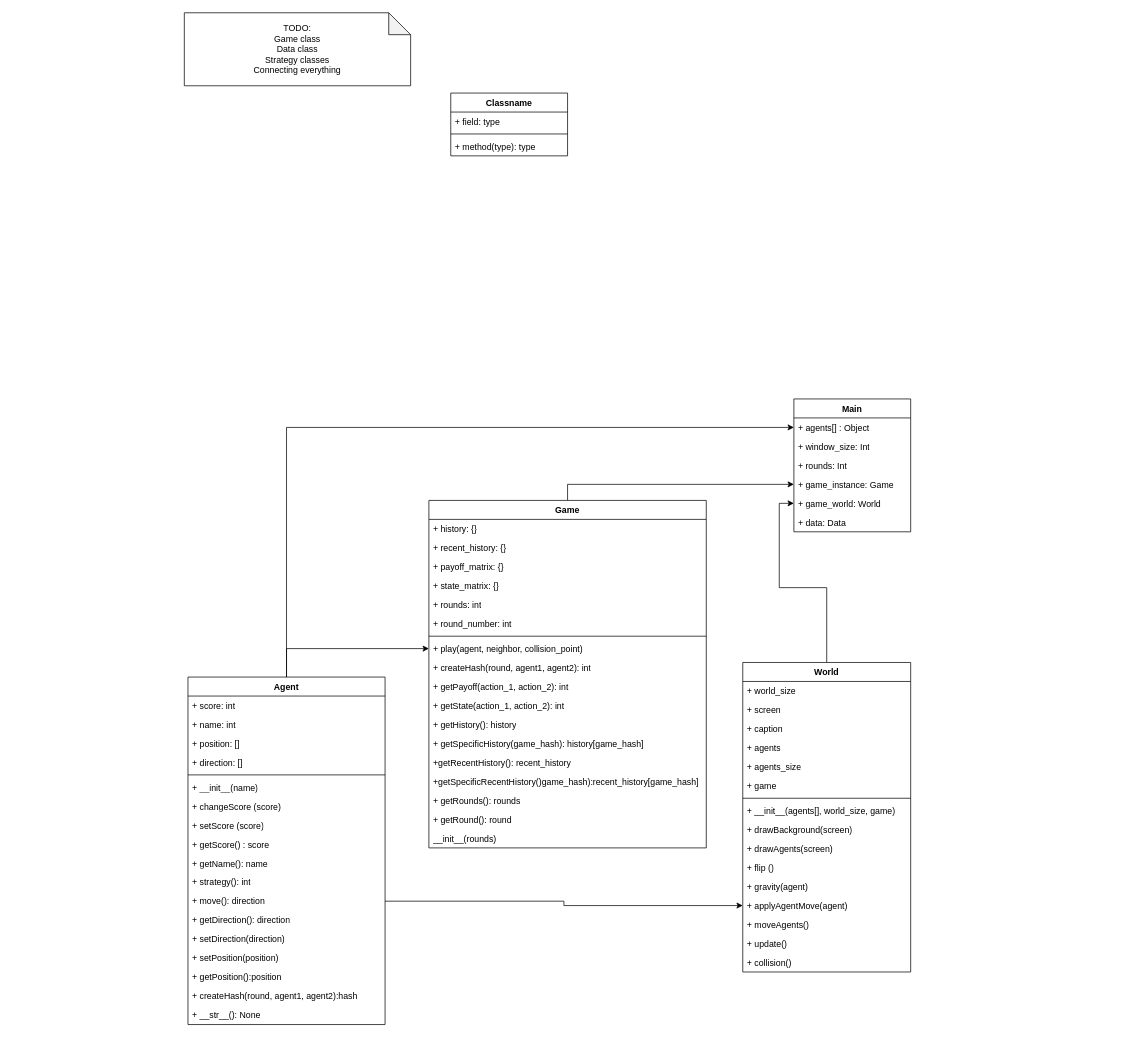
Boland-Unfug/Thesis-python keeps this draw.io diagram as Prototype Class Diagram.drawio. Above is the earlier version. Source tidied: cells renumbered, new cells numbered last; positions are measured from the earlier drawing's top-left corner, leaving out a move shared by most shapes. Both pictures are drawn from the tidied source at 73%, with x=0, y=0 at pixel (184, 12).
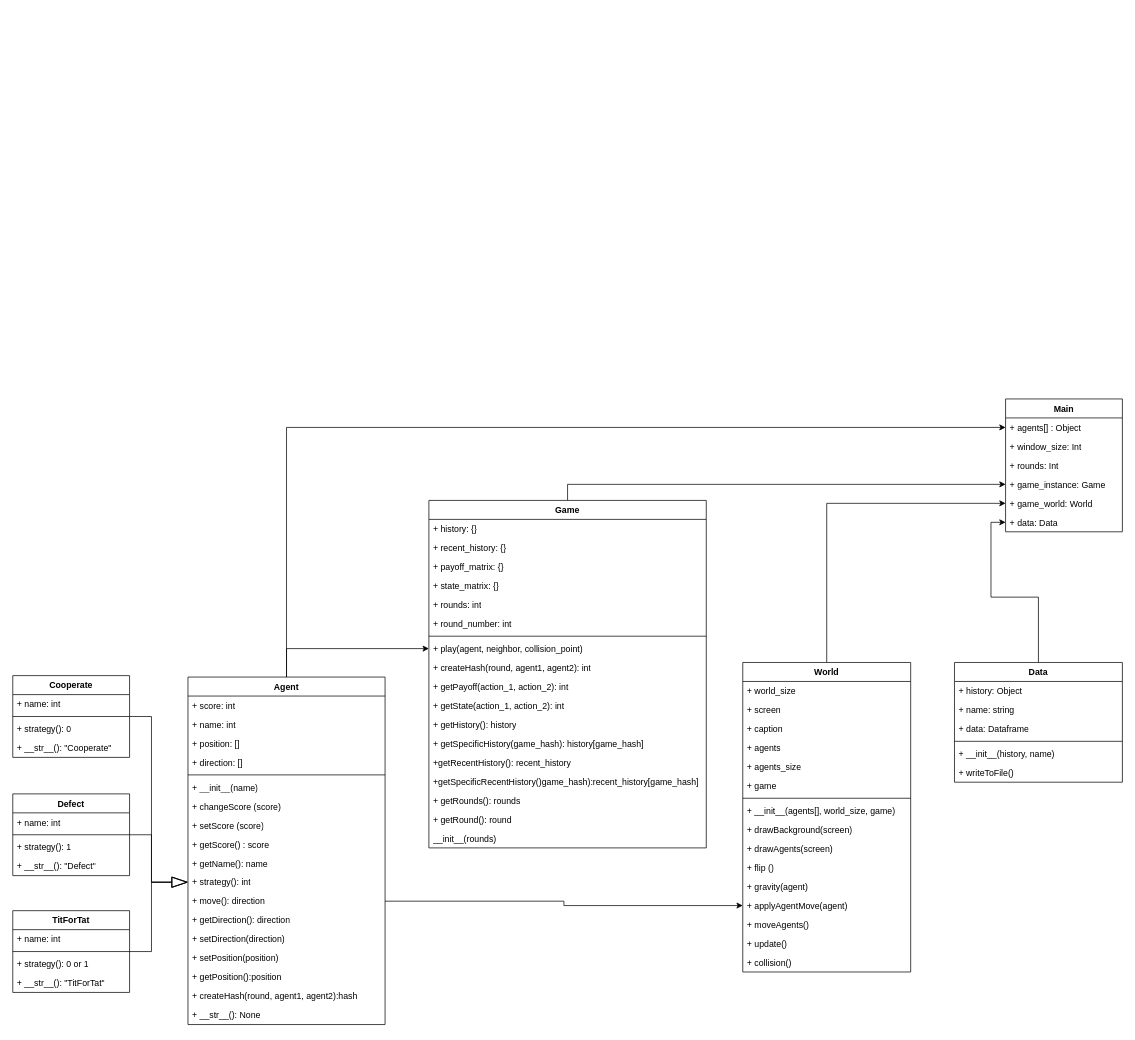
The same diagram, later.

The change refers to these unchanged cells:
```xml
<mxCell id="12" value="+ data: Data" style="text;strokeColor=none;fillColor=none;align=left;verticalAlign=top;spacingLeft=4;spacingRight=4;overflow=hidden;points=[[0,0.5],[1,0.5]];portConstraint=eastwest;whiteSpace=wrap;html=1;" parent="6" vertex="1">
  <mxGeometry y="156" width="160" height="26" as="geometry" />
</mxCell>
<mxCell id="44" value="+ strategy(): int" style="text;strokeColor=none;fillColor=none;align=left;verticalAlign=top;spacingLeft=4;spacingRight=4;overflow=hidden;points=[[0,0.5],[1,0.5]];portConstraint=eastwest;whiteSpace=wrap;html=1;" parent="33" vertex="1">
  <mxGeometry y="268" width="270" height="26" as="geometry" />
</mxCell>
```

Change to the diagram source:
```diff
@@
-    <mxCell id="2" value="Classname" style="swimlane;fontStyle=1;align=center;verticalAlign=top;horizontal=1;startSize=26;whiteSpace=wrap;html=1;" parent="1" vertex="1">
-      <mxGeometry x="365" y="110" width="160" height="86" as="geometry" />
-    </mxCell>
-    <mxCell id="3" value="+ field: type" style="text;strokeColor=none;fillColor=none;align=left;verticalAlign=top;spacingLeft=4;spacingRight=4;overflow=hidden;whiteSpace=wrap;html=1;" parent="2" vertex="1">
-      <mxGeometry y="26" width="160" height="26" as="geometry" />
-    </mxCell>
-    <mxCell id="4" style="line;strokeWidth=1;fillColor=none;align=left;verticalAlign=middle;spacingTop=-1;spacingLeft=3;spacingRight=3;labelPosition=right;strokeColor=inherit;" parent="2" vertex="1">
-      <mxGeometry y="52" width="160" height="8" as="geometry" />
-    </mxCell>
-    <mxCell id="5" value="+ method(type): type" style="text;strokeColor=none;fillColor=none;align=left;verticalAlign=top;spacingLeft=4;spacingRight=4;overflow=hidden;whiteSpace=wrap;html=1;" parent="2" vertex="1">
-      <mxGeometry y="60" width="160" height="26" as="geometry" />
-    </mxCell>
     <mxCell id="6" value="Main" style="swimlane;fontStyle=1;align=center;verticalAlign=top;horizontal=1;startSize=26;whiteSpace=wrap;html=1;" parent="1" vertex="1">
-      <mxGeometry x="835" y="529" width="160" height="182" as="geometry" />
+      <mxGeometry x="1125" y="529" width="160" height="182" as="geometry" />
     </mxCell>
@@
-    <mxCell id="72" value="&lt;div&gt;TODO:&lt;/div&gt;&lt;div&gt;Game class&lt;br&gt;Data class&lt;/div&gt;&lt;div&gt;Strategy classes&lt;/div&gt;&lt;div&gt;Connecting everything&lt;br&gt;&lt;/div&gt;" style="shape=note;whiteSpace=wrap;html=1;backgroundOutline=1;darkOpacity=0.05;" parent="1" vertex="1">
-      <mxGeometry width="310" height="100" as="geometry" />
-    </mxCell>
@@
+    <mxCell id="74" value="Cooperate" style="swimlane;fontStyle=1;align=center;verticalAlign=top;horizontal=1;startSize=26;whiteSpace=wrap;html=1;" parent="1" vertex="1">
+      <mxGeometry x="-235" y="908" width="160" height="112" as="geometry" />
+    </mxCell>
+    <mxCell id="75" value="+ name: int" style="text;strokeColor=none;fillColor=none;align=left;verticalAlign=top;spacingLeft=4;spacingRight=4;overflow=hidden;whiteSpace=wrap;html=1;" parent="74" vertex="1">
+      <mxGeometry y="26" width="160" height="26" as="geometry" />
+    </mxCell>
+    <mxCell id="76" style="line;strokeWidth=1;fillColor=none;align=left;verticalAlign=middle;spacingTop=-1;spacingLeft=3;spacingRight=3;labelPosition=right;strokeColor=inherit;" parent="74" vertex="1">
+      <mxGeometry y="52" width="160" height="8" as="geometry" />
+    </mxCell>
+    <mxCell id="77" value="+ strategy(): 0" style="text;strokeColor=none;fillColor=none;align=left;verticalAlign=top;spacingLeft=4;spacingRight=4;overflow=hidden;whiteSpace=wrap;html=1;" parent="74" vertex="1">
+      <mxGeometry y="60" width="160" height="26" as="geometry" />
+    </mxCell>
+    <mxCell id="78" value="+ __str__(): &quot;Cooperate&quot;" style="text;strokeColor=none;fillColor=none;align=left;verticalAlign=top;spacingLeft=4;spacingRight=4;overflow=hidden;whiteSpace=wrap;html=1;" parent="74" vertex="1">
+      <mxGeometry y="86" width="160" height="26" as="geometry" />
+    </mxCell>
+    <mxCell id="79" style="edgeStyle=orthogonalEdgeStyle;rounded=0;jettySize=auto;html=1;exitX=1;exitY=0.5;exitDx=0;exitDy=0;endArrow=blockThin;endFill=0;endSize=20;entryX=0;entryY=0.5;entryDx=0;entryDy=0;" parent="1" edge="1" source="80" target="44">
+      <mxGeometry relative="1" as="geometry">
+        <Array as="points">
+          <mxPoint x="-45" y="1126" />
+          <mxPoint x="-45" y="1191" />
+        </Array>
+      </mxGeometry>
+    </mxCell>
+    <mxCell id="80" value="Defect" style="swimlane;fontStyle=1;align=center;verticalAlign=top;horizontal=1;startSize=26;whiteSpace=wrap;html=1;" parent="1" vertex="1">
+      <mxGeometry x="-235" y="1070" width="160" height="112" as="geometry" />
+    </mxCell>
+    <mxCell id="81" value="+ name: int" style="text;strokeColor=none;fillColor=none;align=left;verticalAlign=top;spacingLeft=4;spacingRight=4;overflow=hidden;whiteSpace=wrap;html=1;" parent="80" vertex="1">
+      <mxGeometry y="26" width="160" height="26" as="geometry" />
+    </mxCell>
+    <mxCell id="82" style="line;strokeWidth=1;fillColor=none;align=left;verticalAlign=middle;spacingTop=-1;spacingLeft=3;spacingRight=3;labelPosition=right;strokeColor=inherit;" parent="80" vertex="1">
+      <mxGeometry y="52" width="160" height="8" as="geometry" />
+    </mxCell>
+    <mxCell id="83" value="+ strategy(): 1" style="text;strokeColor=none;fillColor=none;align=left;verticalAlign=top;spacingLeft=4;spacingRight=4;overflow=hidden;whiteSpace=wrap;html=1;" parent="80" vertex="1">
+      <mxGeometry y="60" width="160" height="26" as="geometry" />
+    </mxCell>
+    <mxCell id="84" value="+ __str__(): &quot;Defect&quot;" style="text;strokeColor=none;fillColor=none;align=left;verticalAlign=top;spacingLeft=4;spacingRight=4;overflow=hidden;whiteSpace=wrap;html=1;" parent="80" vertex="1">
+      <mxGeometry y="86" width="160" height="26" as="geometry" />
+    </mxCell>
+    <mxCell id="85" value="TitForTat" style="swimlane;fontStyle=1;align=center;verticalAlign=top;horizontal=1;startSize=26;whiteSpace=wrap;html=1;" parent="1" vertex="1">
+      <mxGeometry x="-235" y="1230" width="160" height="112" as="geometry" />
+    </mxCell>
+    <mxCell id="86" value="+ name: int" style="text;strokeColor=none;fillColor=none;align=left;verticalAlign=top;spacingLeft=4;spacingRight=4;overflow=hidden;whiteSpace=wrap;html=1;" parent="85" vertex="1">
+      <mxGeometry y="26" width="160" height="26" as="geometry" />
+    </mxCell>
+    <mxCell id="87" style="line;strokeWidth=1;fillColor=none;align=left;verticalAlign=middle;spacingTop=-1;spacingLeft=3;spacingRight=3;labelPosition=right;strokeColor=inherit;" parent="85" vertex="1">
+      <mxGeometry y="52" width="160" height="8" as="geometry" />
+    </mxCell>
+    <mxCell id="88" value="+ strategy(): 0 or 1" style="text;strokeColor=none;fillColor=none;align=left;verticalAlign=top;spacingLeft=4;spacingRight=4;overflow=hidden;whiteSpace=wrap;html=1;" parent="85" vertex="1">
+      <mxGeometry y="60" width="160" height="26" as="geometry" />
+    </mxCell>
+    <mxCell id="89" value="+ __str__(): &quot;TitForTat&quot;" style="text;strokeColor=none;fillColor=none;align=left;verticalAlign=top;spacingLeft=4;spacingRight=4;overflow=hidden;whiteSpace=wrap;html=1;" parent="85" vertex="1">
+      <mxGeometry y="86" width="160" height="26" as="geometry" />
+    </mxCell>
+    <mxCell id="90" style="edgeStyle=orthogonalEdgeStyle;rounded=0;jettySize=auto;html=1;exitX=1;exitY=0.5;exitDx=0;exitDy=0;entryX=0;entryY=0.5;entryDx=0;entryDy=0;endArrow=blockThin;endFill=0;endSize=20;" parent="1" edge="1" source="74" target="44">
+      <mxGeometry relative="1" as="geometry">
+        <Array as="points">
+          <mxPoint x="-45" y="964" />
+          <mxPoint x="-45" y="1191" />
+        </Array>
+      </mxGeometry>
+    </mxCell>
+    <mxCell id="91" style="edgeStyle=orthogonalEdgeStyle;rounded=0;jettySize=auto;html=1;entryX=0;entryY=0.5;entryDx=0;entryDy=0;endArrow=blockThin;endFill=0;endSize=20;" parent="1" edge="1" source="85" target="44">
+      <mxGeometry relative="1" as="geometry">
+        <Array as="points">
+          <mxPoint x="-45" y="1286" />
+          <mxPoint x="-45" y="1191" />
+        </Array>
+      </mxGeometry>
+    </mxCell>
+    <mxCell id="92" style="edgeStyle=orthogonalEdgeStyle;rounded=0;jettySize=auto;html=1;exitX=0.5;exitY=0;exitDx=0;exitDy=0;entryX=0;entryY=0.5;entryDx=0;entryDy=0;" parent="1" edge="1" source="93" target="12">
+      <mxGeometry relative="1" as="geometry" />
+    </mxCell>
+    <mxCell id="93" value="Data" style="swimlane;fontStyle=1;align=center;verticalAlign=top;horizontal=1;startSize=26;whiteSpace=wrap;html=1;" parent="1" vertex="1">
+      <mxGeometry x="1055" y="890" width="230" height="164" as="geometry" />
+    </mxCell>
+    <mxCell id="94" value="+ history: Object" style="text;strokeColor=none;fillColor=none;align=left;verticalAlign=top;spacingLeft=4;spacingRight=4;overflow=hidden;whiteSpace=wrap;html=1;" parent="93" vertex="1">
+      <mxGeometry y="26" width="230" height="26" as="geometry" />
+    </mxCell>
+    <mxCell id="95" value="+ name: string" style="text;strokeColor=none;fillColor=none;align=left;verticalAlign=top;spacingLeft=4;spacingRight=4;overflow=hidden;whiteSpace=wrap;html=1;" parent="93" vertex="1">
+      <mxGeometry y="52" width="230" height="26" as="geometry" />
+    </mxCell>
+    <mxCell id="96" value="+ data: Dataframe" style="text;strokeColor=none;fillColor=none;align=left;verticalAlign=top;spacingLeft=4;spacingRight=4;overflow=hidden;whiteSpace=wrap;html=1;" parent="93" vertex="1">
+      <mxGeometry y="78" width="230" height="26" as="geometry" />
+    </mxCell>
+    <mxCell id="97" style="line;strokeWidth=1;fillColor=none;align=left;verticalAlign=middle;spacingTop=-1;spacingLeft=3;spacingRight=3;labelPosition=right;strokeColor=inherit;" parent="93" vertex="1">
+      <mxGeometry y="104" width="230" height="8" as="geometry" />
+    </mxCell>
+    <mxCell id="98" value="+ __init__(history, name)" style="text;strokeColor=none;fillColor=none;align=left;verticalAlign=top;spacingLeft=4;spacingRight=4;overflow=hidden;whiteSpace=wrap;html=1;" parent="93" vertex="1">
+      <mxGeometry y="112" width="230" height="26" as="geometry" />
+    </mxCell>
+    <mxCell id="99" value="+ writeToFile()" style="text;strokeColor=none;fillColor=none;align=left;verticalAlign=top;spacingLeft=4;spacingRight=4;overflow=hidden;whiteSpace=wrap;html=1;" parent="93" vertex="1">
+      <mxGeometry y="138" width="230" height="26" as="geometry" />
+    </mxCell>
```
